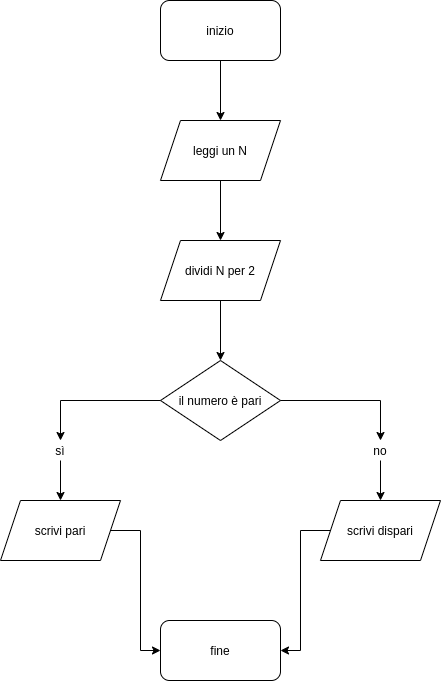
AbraxasEon/flowchart keeps this draw.io diagram as prova/Prova algoritmo.png. Above is the earlier version. Source tidied: cells renumbered, new cells last; positions are measured from the earlier drawing's top-left corner, leaving out a move shared by most shapes. Source of this version:
```xml
<mxGraphModel>
  <root>
    <mxCell id="0" />
    <mxCell id="1" parent="0" />
    <mxCell id="2" style="edgeStyle=orthogonalEdgeStyle;rounded=0;jettySize=auto;html=1;entryX=0.5;entryY=0;entryDx=0;entryDy=0;" parent="1" edge="1" source="3" target="15">
      <mxGeometry relative="1" as="geometry" />
    </mxCell>
    <mxCell id="3" value="inizio" style="rounded=1;whiteSpace=wrap;html=1;" parent="1" vertex="1">
      <mxGeometry x="160" width="120" height="60" as="geometry" />
    </mxCell>
    <mxCell id="4" value="fine" style="rounded=1;whiteSpace=wrap;html=1;" parent="1" vertex="1">
      <mxGeometry x="160" y="620" width="120" height="60" as="geometry" />
    </mxCell>
    <mxCell id="5" style="edgeStyle=orthogonalEdgeStyle;rounded=0;jettySize=auto;html=1;entryX=0.5;entryY=0;entryDx=0;entryDy=0;" parent="1" edge="1" source="16" target="9">
      <mxGeometry relative="1" as="geometry" />
    </mxCell>
    <mxCell id="6" style="edgeStyle=orthogonalEdgeStyle;rounded=0;jettySize=auto;html=1;entryX=0.5;entryY=0;entryDx=0;entryDy=0;" parent="1" edge="1" source="12" target="11">
      <mxGeometry relative="1" as="geometry" />
    </mxCell>
    <mxCell id="7" value="il numero è pari" style="rhombus;whiteSpace=wrap;html=1;" parent="1" vertex="1">
      <mxGeometry x="160" y="360" width="120" height="80" as="geometry" />
    </mxCell>
    <mxCell id="8" style="edgeStyle=orthogonalEdgeStyle;rounded=0;jettySize=auto;html=1;entryX=1;entryY=0.5;entryDx=0;entryDy=0;" parent="1" edge="1" source="9" target="4">
      <mxGeometry relative="1" as="geometry" />
    </mxCell>
    <mxCell id="9" value="scrivi dispari" style="shape=parallelogram;perimeter=parallelogramPerimeter;whiteSpace=wrap;html=1;fixedSize=1;" parent="1" vertex="1">
      <mxGeometry x="320" y="500" width="120" height="60" as="geometry" />
    </mxCell>
    <mxCell id="10" style="edgeStyle=orthogonalEdgeStyle;rounded=0;jettySize=auto;html=1;entryX=0;entryY=0.5;entryDx=0;entryDy=0;" parent="1" edge="1" source="11" target="4">
      <mxGeometry relative="1" as="geometry" />
    </mxCell>
    <mxCell id="11" value="scrivi pari" style="shape=parallelogram;perimeter=parallelogramPerimeter;whiteSpace=wrap;html=1;fixedSize=1;" parent="1" vertex="1">
      <mxGeometry y="500" width="120" height="60" as="geometry" />
    </mxCell>
    <mxCell id="12" value="sì" style="text;html=1;strokeColor=none;fillColor=none;align=center;verticalAlign=middle;whiteSpace=wrap;rounded=0;" parent="1" vertex="1">
      <mxGeometry x="40" y="440" width="40" height="20" as="geometry" />
    </mxCell>
    <mxCell id="13" style="edgeStyle=orthogonalEdgeStyle;rounded=0;jettySize=auto;html=1;entryX=0.5;entryY=0;entryDx=0;entryDy=0;" parent="1" edge="1" source="7" target="12">
      <mxGeometry relative="1" as="geometry" />
    </mxCell>
    <mxCell id="14" style="edgeStyle=orthogonalEdgeStyle;rounded=0;jettySize=auto;html=1;entryX=0.5;entryY=0;entryDx=0;entryDy=0;" parent="1" edge="1" source="15" target="19">
      <mxGeometry relative="1" as="geometry" />
    </mxCell>
    <mxCell id="15" value="leggi un N" style="shape=parallelogram;perimeter=parallelogramPerimeter;whiteSpace=wrap;html=1;fixedSize=1;" parent="1" vertex="1">
      <mxGeometry x="160" y="120" width="120" height="60" as="geometry" />
    </mxCell>
    <mxCell id="16" value="no" style="text;html=1;strokeColor=none;fillColor=none;align=center;verticalAlign=middle;whiteSpace=wrap;rounded=0;" parent="1" vertex="1">
      <mxGeometry x="360" y="440" width="40" height="20" as="geometry" />
    </mxCell>
    <mxCell id="17" style="edgeStyle=orthogonalEdgeStyle;rounded=0;jettySize=auto;html=1;entryX=0.5;entryY=0;entryDx=0;entryDy=0;" parent="1" edge="1" source="7" target="16">
      <mxGeometry relative="1" as="geometry" />
    </mxCell>
    <mxCell id="18" style="edgeStyle=orthogonalEdgeStyle;rounded=0;jettySize=auto;html=1;entryX=0.5;entryY=0;entryDx=0;entryDy=0;" parent="1" edge="1" source="19" target="7">
      <mxGeometry relative="1" as="geometry" />
    </mxCell>
    <mxCell id="19" value="dividi N per 2" style="shape=parallelogram;perimeter=parallelogramPerimeter;whiteSpace=wrap;html=1;fixedSize=1;" parent="1" vertex="1">
      <mxGeometry x="160" y="240" width="120" height="60" as="geometry" />
    </mxCell>
  </root>
</mxGraphModel>
```
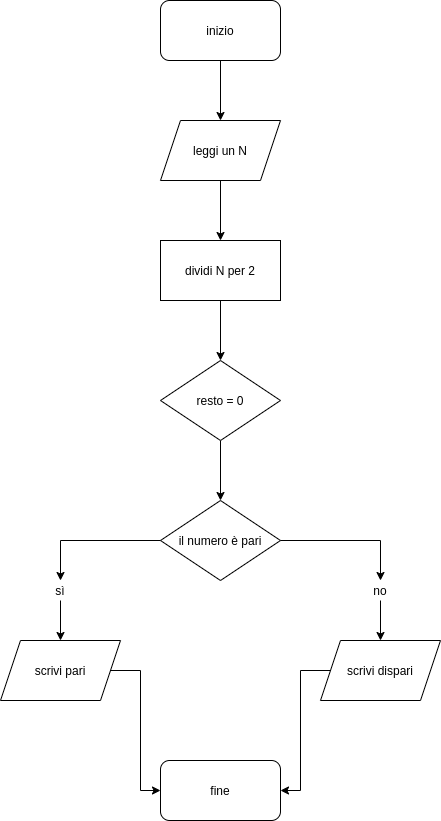
The same file after the commit.

Change to the diagram source:
```diff
@@ -6,7 +6,7 @@
       <mxGeometry relative="1" as="geometry" />
     </mxCell>
     <mxCell id="3" value="inizio" style="rounded=1;whiteSpace=wrap;html=1;" parent="1" vertex="1">
-      <mxGeometry x="160" width="120" height="60" as="geometry" />
+      <mxGeometry x="160" y="-140" width="120" height="60" as="geometry" />
     </mxCell>
     <mxCell id="4" value="fine" style="rounded=1;whiteSpace=wrap;html=1;" parent="1" vertex="1">
       <mxGeometry x="160" y="620" width="120" height="60" as="geometry" />
@@ -42,7 +42,7 @@
       <mxGeometry relative="1" as="geometry" />
     </mxCell>
     <mxCell id="15" value="leggi un N" style="shape=parallelogram;perimeter=parallelogramPerimeter;whiteSpace=wrap;html=1;fixedSize=1;" parent="1" vertex="1">
-      <mxGeometry x="160" y="120" width="120" height="60" as="geometry" />
+      <mxGeometry x="160" y="-20" width="120" height="60" as="geometry" />
     </mxCell>
     <mxCell id="16" value="no" style="text;html=1;strokeColor=none;fillColor=none;align=center;verticalAlign=middle;whiteSpace=wrap;rounded=0;" parent="1" vertex="1">
       <mxGeometry x="360" y="440" width="40" height="20" as="geometry" />
@@ -50,11 +50,17 @@
     <mxCell id="17" style="edgeStyle=orthogonalEdgeStyle;rounded=0;jettySize=auto;html=1;entryX=0.5;entryY=0;entryDx=0;entryDy=0;" parent="1" edge="1" source="7" target="16">
       <mxGeometry relative="1" as="geometry" />
     </mxCell>
-    <mxCell id="18" style="edgeStyle=orthogonalEdgeStyle;rounded=0;jettySize=auto;html=1;entryX=0.5;entryY=0;entryDx=0;entryDy=0;" parent="1" edge="1" source="19" target="7">
-      <mxGeometry relative="1" as="geometry" />
-    </mxCell>
+    <mxCell id="20" style="edgeStyle=orthogonalEdgeStyle;rounded=0;jettySize=auto;html=1;entryX=0.5;entryY=0;entryDx=0;entryDy=0;" parent="1" edge="1" source="19" target="22">
+      <mxGeometry relative="1" as="geometry" />
+    </mxCell>
-    <mxCell id="19" value="dividi N per 2" style="shape=parallelogram;perimeter=parallelogramPerimeter;whiteSpace=wrap;html=1;fixedSize=1;" parent="1" vertex="1">
-      <mxGeometry x="160" y="240" width="120" height="60" as="geometry" />
+    <mxCell id="19" value="dividi N per 2" style="rounded=0;whiteSpace=wrap;html=1;" parent="1" vertex="1">
+      <mxGeometry x="160" y="100" width="120" height="60" as="geometry" />
     </mxCell>
+    <mxCell id="21" style="edgeStyle=orthogonalEdgeStyle;rounded=0;jettySize=auto;html=1;entryX=0.5;entryY=0;entryDx=0;entryDy=0;" parent="1" edge="1" source="22" target="7">
+      <mxGeometry relative="1" as="geometry" />
+    </mxCell>
+    <mxCell id="22" value="resto = 0" style="rhombus;whiteSpace=wrap;html=1;" parent="1" vertex="1">
+      <mxGeometry x="160" y="220" width="120" height="80" as="geometry" />
+    </mxCell>
   </root>
 </mxGraphModel>
```
